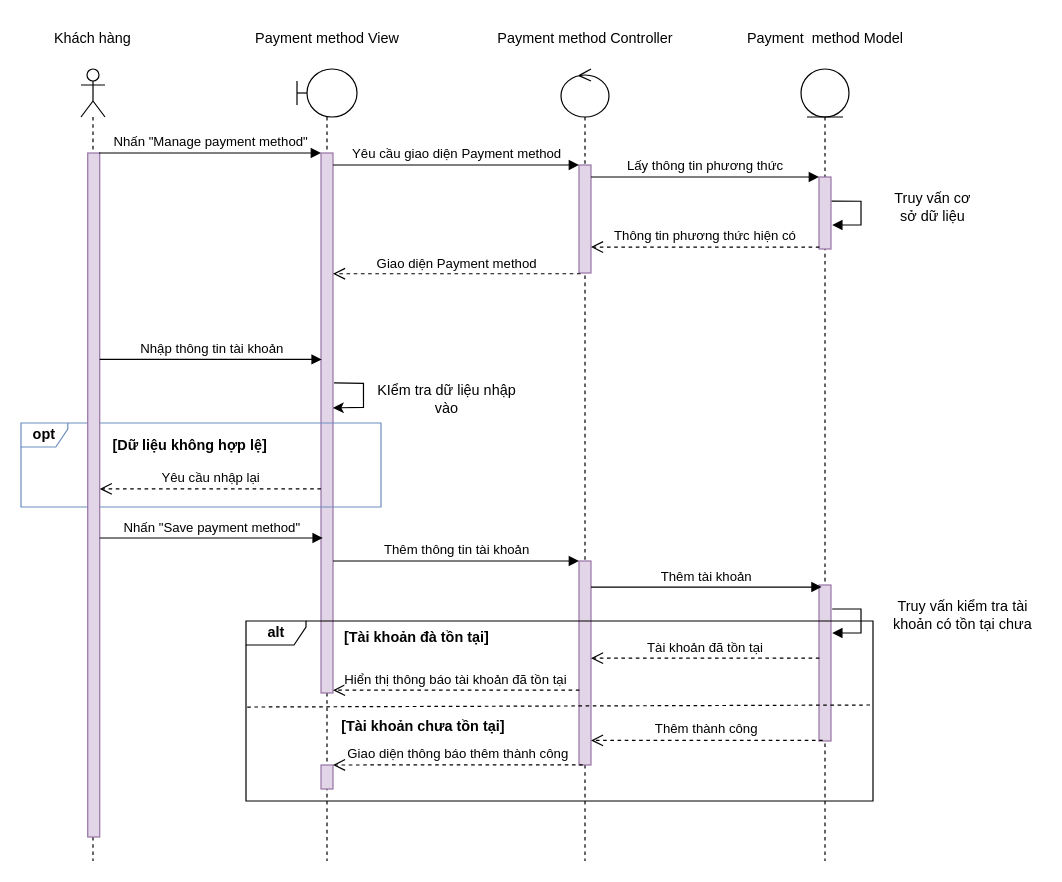
The draw.io diagram Nam3_HK1/CNPM_SoftTech/Sequence Diagrams/Minh Tuấn/SD_QuanLyPhuongThuThanhToan.drawio in EdgarIgnite16/SGU-Course, before the edit. Source tidied: cells renumbered, new cells numbered last; positions are measured from the earlier drawing's top-left corner, leaving out a move shared by most shapes. Both pictures are drawn from the tidied source at 120%, with x=0, y=0 at pixel (20, 20).
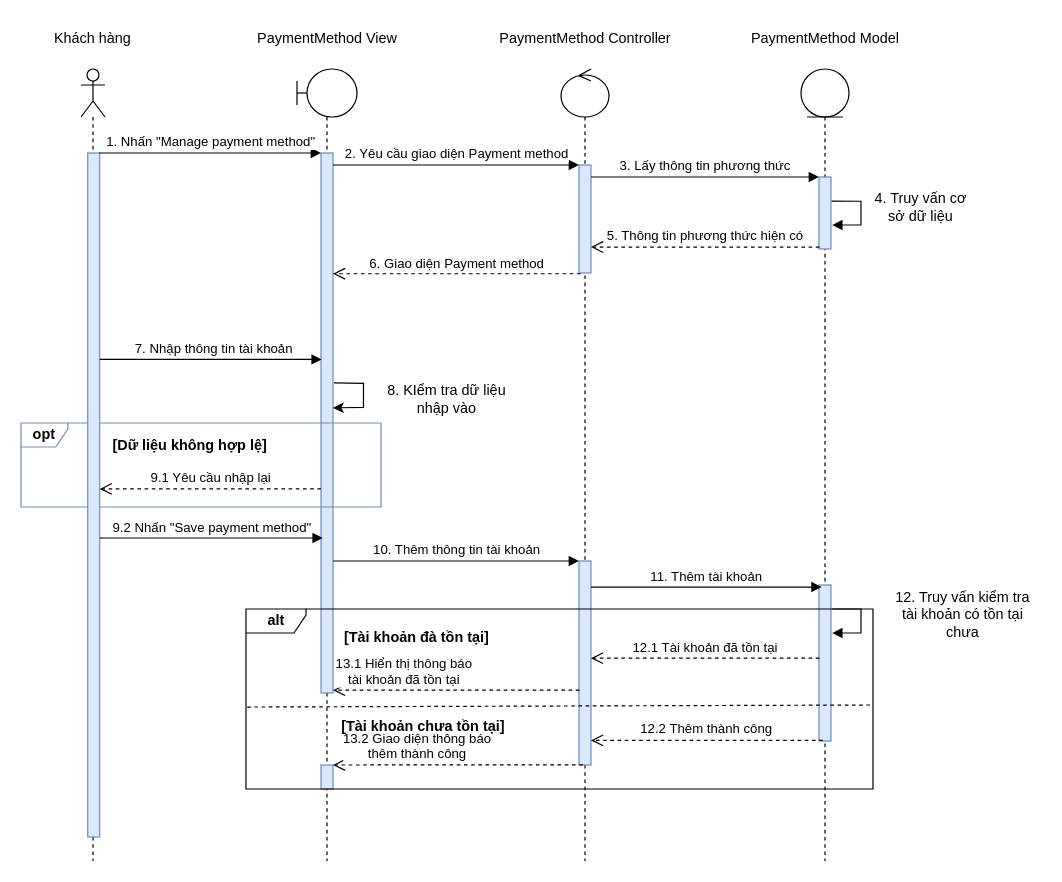
The same page after the edit.

Unchanged cells that the change refers to:
```xml
<mxCell id="2" style="shape=umlLifeline;participant=umlBoundary;perimeter=lifelinePerimeter;whiteSpace=wrap;html=1;verticalAlign=top;spacingTop=36;" parent="1" vertex="1">
  <mxGeometry x="230" y="40" width="50" height="660" as="geometry" />
</mxCell>
<mxCell id="6" style="shape=umlLifeline;participant=umlEntity;perimeter=lifelinePerimeter;whiteSpace=wrap;html=1;verticalAlign=top;spacingTop=36;" parent="1" vertex="1">
  <mxGeometry x="650" y="40" width="40" height="660" as="geometry" />
</mxCell>
<mxCell id="9" style="shape=umlLifeline;participant=umlControl;perimeter=lifelinePerimeter;whiteSpace=wrap;html=1;verticalAlign=top;spacingTop=36;" parent="1" vertex="1">
  <mxGeometry x="450" y="40" width="40" height="660" as="geometry" />
</mxCell>
<mxCell id="12" style="shape=umlLifeline;participant=umlActor;perimeter=lifelinePerimeter;whiteSpace=wrap;html=1;verticalAlign=top;spacingTop=36;strokeColor=default;" parent="1" vertex="1">
  <mxGeometry x="50" y="40" width="20" height="660" as="geometry" />
</mxCell>
```

Diff of the diagram source:
```diff
@@
-    <mxCell id="3" style="html=1;points=[];perimeter=orthogonalPerimeter;fillColor=#e1d5e7;strokeColor=#9673a6;" parent="2" vertex="1">
+    <mxCell id="3" style="html=1;points=[];perimeter=orthogonalPerimeter;fillColor=#dae8fc;strokeColor=#6c8ebf;" parent="2" vertex="1">
       <mxGeometry x="20" y="70" width="10" height="450" as="geometry" />
     </mxCell>
@@
-    <mxCell id="5" style="html=1;points=[];perimeter=orthogonalPerimeter;fillColor=#e1d5e7;strokeColor=#9673a6;" parent="2" vertex="1">
+    <mxCell id="5" style="html=1;points=[];perimeter=orthogonalPerimeter;fillColor=#dae8fc;strokeColor=#6c8ebf;" parent="2" vertex="1">
       <mxGeometry x="20" y="580" width="10" height="20" as="geometry" />
     </mxCell>
@@
-    <mxCell id="7" style="html=1;points=[];perimeter=orthogonalPerimeter;fillColor=#e1d5e7;strokeColor=#9673a6;" parent="6" vertex="1">
+    <mxCell id="7" style="html=1;points=[];perimeter=orthogonalPerimeter;fillColor=#dae8fc;strokeColor=#6c8ebf;" parent="6" vertex="1">
       <mxGeometry x="15" y="90" width="10" height="60" as="geometry" />
     </mxCell>
@@
-    <mxCell id="10" style="html=1;points=[];perimeter=orthogonalPerimeter;fillColor=#e1d5e7;strokeColor=#9673a6;" parent="9" vertex="1">
+    <mxCell id="10" style="html=1;points=[];perimeter=orthogonalPerimeter;fillColor=#dae8fc;strokeColor=#6c8ebf;" parent="9" vertex="1">
       <mxGeometry x="15" y="80" width="10" height="90" as="geometry" />
     </mxCell>
-    <mxCell id="11" style="html=1;points=[];perimeter=orthogonalPerimeter;strokeColor=#9673a6;fillColor=#e1d5e7;" parent="9" vertex="1">
+    <mxCell id="11" style="html=1;points=[];perimeter=orthogonalPerimeter;strokeColor=#6c8ebf;fillColor=#dae8fc;" parent="9" vertex="1">
       <mxGeometry x="15" y="410" width="10" height="170" as="geometry" />
     </mxCell>
@@
-    <mxCell id="13" style="html=1;points=[];perimeter=orthogonalPerimeter;strokeColor=#9673a6;fillColor=#e1d5e7;" parent="12" vertex="1">
+    <mxCell id="13" style="html=1;points=[];perimeter=orthogonalPerimeter;strokeColor=#6c8ebf;fillColor=#dae8fc;" parent="12" vertex="1">
       <mxGeometry x="5.6" y="70" width="10" height="570" as="geometry" />
     </mxCell>
@@
-    <mxCell id="15" value="Payment&amp;nbsp; method Model" style="text;html=1;strokeColor=none;fillColor=none;align=center;verticalAlign=middle;whiteSpace=wrap;rounded=0;" parent="1" vertex="1">
+    <mxCell id="15" value="PaymentMethod Model" style="text;html=1;strokeColor=none;fillColor=none;align=center;verticalAlign=middle;whiteSpace=wrap;rounded=0;" parent="1" vertex="1">
       <mxGeometry x="602.5" width="135" height="30" as="geometry" />
     </mxCell>
-    <mxCell id="16" value="Payment method Controller" style="text;html=1;strokeColor=none;fillColor=none;align=center;verticalAlign=middle;whiteSpace=wrap;rounded=0;" parent="1" vertex="1">
+    <mxCell id="16" value="PaymentMethod Controller" style="text;html=1;strokeColor=none;fillColor=none;align=center;verticalAlign=middle;whiteSpace=wrap;rounded=0;" parent="1" vertex="1">
       <mxGeometry x="392.5" width="155" height="30" as="geometry" />
     </mxCell>
-    <mxCell id="17" value="Payment method View" style="text;html=1;strokeColor=none;fillColor=none;align=center;verticalAlign=middle;whiteSpace=wrap;rounded=0;" parent="1" vertex="1">
+    <mxCell id="17" value="PaymentMethod View" style="text;html=1;strokeColor=none;fillColor=none;align=center;verticalAlign=middle;whiteSpace=wrap;rounded=0;" parent="1" vertex="1">
       <mxGeometry x="187.5" width="135" height="30" as="geometry" />
     </mxCell>
-    <mxCell id="18" value="Nhấn &quot;Manage payment method&quot;" style="html=1;verticalAlign=bottom;endArrow=block;entryX=0;entryY=0;rounded=0;" parent="1" edge="1" target="3">
+    <mxCell id="18" value="1. Nhấn &quot;Manage payment method&quot;" style="html=1;verticalAlign=bottom;endArrow=block;entryX=0;entryY=0;rounded=0;" parent="1" edge="1" target="3">
       <mxGeometry relative="1" as="geometry">
         <mxPoint x="65" y="110" as="sourcePoint" />
       </mxGeometry>
     </mxCell>
-    <mxCell id="19" value="Yêu cầu giao diện Payment method" style="html=1;verticalAlign=bottom;endArrow=block;entryX=0;entryY=0;rounded=0;" parent="1" edge="1" target="10">
+    <mxCell id="19" value="2. Yêu cầu giao diện Payment method" style="html=1;verticalAlign=bottom;endArrow=block;entryX=0;entryY=0;rounded=0;" parent="1" edge="1" target="10">
       <mxGeometry relative="1" as="geometry">
         <mxPoint x="260" y="120" as="sourcePoint" />
       </mxGeometry>
     </mxCell>
-    <mxCell id="20" value="Lấy thông tin phương thức" style="html=1;verticalAlign=bottom;endArrow=block;entryX=0;entryY=0;rounded=0;" parent="1" edge="1" source="10" target="7">
+    <mxCell id="20" value="3. Lấy thông tin phương thức" style="html=1;verticalAlign=bottom;endArrow=block;entryX=0;entryY=0;rounded=0;" parent="1" edge="1" source="10" target="7">
       <mxGeometry relative="1" as="geometry" />
     </mxCell>
-    <mxCell id="21" value="Thông tin phương thức hiện có" style="html=1;verticalAlign=bottom;endArrow=open;dashed=1;endSize=8;exitX=0.034;exitY=0.973;rounded=0;exitDx=0;exitDy=0;exitPerimeter=0;" parent="1" edge="1" source="7" target="10">
+    <mxCell id="21" value="5. Thông tin phương thức hiện có" style="html=1;verticalAlign=bottom;endArrow=open;dashed=1;endSize=8;exitX=0.034;exitY=0.973;rounded=0;exitDx=0;exitDy=0;exitPerimeter=0;" parent="1" edge="1" source="7" target="10">
       <mxGeometry relative="1" as="geometry" />
     </mxCell>
-    <mxCell id="22" value="Truy vấn cơ sở dữ liệu" style="text;html=1;strokeColor=none;fillColor=none;align=center;verticalAlign=middle;whiteSpace=wrap;rounded=0;" parent="1" vertex="1">
-      <mxGeometry x="720" y="140" width="80" height="30" as="geometry" />
+    <mxCell id="22" value="4. Truy vấn cơ sở dữ liệu" style="text;html=1;strokeColor=none;fillColor=none;align=center;verticalAlign=middle;whiteSpace=wrap;rounded=0;" parent="1" vertex="1">
+      <mxGeometry x="710" y="140" width="80" height="30" as="geometry" />
     </mxCell>
-    <mxCell id="23" value="Giao diện Payment method" style="html=1;verticalAlign=bottom;endArrow=open;dashed=1;endSize=8;rounded=0;exitX=0.127;exitY=1.007;exitDx=0;exitDy=0;exitPerimeter=0;" parent="1" edge="1" source="10" target="3">
+    <mxCell id="23" value="6. Giao diện Payment method" style="html=1;verticalAlign=bottom;endArrow=open;dashed=1;endSize=8;rounded=0;exitX=0.127;exitY=1.007;exitDx=0;exitDy=0;exitPerimeter=0;" parent="1" edge="1" source="10" target="3">
       <mxGeometry relative="1" as="geometry" />
     </mxCell>
-    <mxCell id="24" value="Nhập thông tin tài khoản" style="html=1;verticalAlign=bottom;endArrow=block;rounded=0;" parent="1" edge="1" source="13">
+    <mxCell id="24" value="&amp;nbsp;7. Nhập thông tin tài khoản" style="html=1;verticalAlign=bottom;endArrow=block;rounded=0;" parent="1" edge="1" source="13">
       <mxGeometry relative="1" as="geometry">
         <mxPoint x="250.6" y="282" as="targetPoint" />
       </mxGeometry>
     </mxCell>
-    <mxCell id="25" value="Nhấn &quot;Save payment method&quot;" style="html=1;verticalAlign=bottom;endArrow=block;rounded=0;entryX=0.145;entryY=0.713;entryDx=0;entryDy=0;entryPerimeter=0;" parent="1" edge="1" source="13" target="3">
+    <mxCell id="25" value="9.2 Nhấn &quot;Save payment method&quot;" style="html=1;verticalAlign=bottom;endArrow=block;rounded=0;entryX=0.145;entryY=0.713;entryDx=0;entryDy=0;entryPerimeter=0;" parent="1" edge="1" source="13" target="3">
       <mxGeometry relative="1" as="geometry" />
     </mxCell>
@@
-    <mxCell id="27" value="KIểm tra dữ liệu nhập vào" style="text;html=1;strokeColor=none;fillColor=none;align=center;verticalAlign=middle;whiteSpace=wrap;rounded=0;" parent="1" vertex="1">
+    <mxCell id="27" value="8. KIểm tra dữ liệu nhập vào" style="text;html=1;strokeColor=none;fillColor=none;align=center;verticalAlign=middle;whiteSpace=wrap;rounded=0;" parent="1" vertex="1">
       <mxGeometry x="295.4" y="300" width="120" height="30" as="geometry" />
     </mxCell>
-    <mxCell id="28" value="Yêu cầu nhập lại" style="html=1;verticalAlign=bottom;endArrow=open;dashed=1;endSize=8;rounded=0;exitX=0;exitY=0.622;exitDx=0;exitDy=0;exitPerimeter=0;" parent="1" edge="1" source="3" target="13">
+    <mxCell id="28" value="9.1 Yêu cầu nhập lại" style="html=1;verticalAlign=bottom;endArrow=open;dashed=1;endSize=8;rounded=0;exitX=0;exitY=0.622;exitDx=0;exitDy=0;exitPerimeter=0;" parent="1" edge="1" source="3" target="13">
       <mxGeometry relative="1" as="geometry" />
     </mxCell>
@@
-    <mxCell id="30" value="Thêm thông tin tài khoản" style="html=1;verticalAlign=bottom;endArrow=block;rounded=0;" parent="1" edge="1" source="3" target="11">
+    <mxCell id="30" value="10. Thêm thông tin tài khoản" style="html=1;verticalAlign=bottom;endArrow=block;rounded=0;" parent="1" edge="1" source="3" target="11">
       <mxGeometry relative="1" as="geometry" />
     </mxCell>
-    <mxCell id="31" style="html=1;points=[];perimeter=orthogonalPerimeter;fillColor=#e1d5e7;strokeColor=#9673a6;" parent="1" vertex="1">
+    <mxCell id="31" style="html=1;points=[];perimeter=orthogonalPerimeter;fillColor=#dae8fc;strokeColor=#6c8ebf;" parent="1" vertex="1">
       <mxGeometry x="665" y="470" width="10" height="130" as="geometry" />
     </mxCell>
@@
-    <mxCell id="33" value="Truy vấn kiểm tra tài khoản có tồn tại chưa" style="text;html=1;strokeColor=none;fillColor=none;align=center;verticalAlign=middle;whiteSpace=wrap;rounded=0;" parent="1" vertex="1">
+    <mxCell id="33" value="12. Truy vấn kiểm tra tài khoản có tồn tại chưa" style="text;html=1;strokeColor=none;fillColor=none;align=center;verticalAlign=middle;whiteSpace=wrap;rounded=0;" parent="1" vertex="1">
       <mxGeometry x="720" y="480" width="130" height="30" as="geometry" />
     </mxCell>
-    <mxCell id="34" value="Thêm tài khoản" style="html=1;verticalAlign=bottom;endArrow=block;rounded=0;entryX=0.219;entryY=0.013;entryDx=0;entryDy=0;entryPerimeter=0;" parent="1" edge="1" source="11" target="31">
+    <mxCell id="34" value="11. Thêm tài khoản" style="html=1;verticalAlign=bottom;endArrow=block;rounded=0;entryX=0.219;entryY=0.013;entryDx=0;entryDy=0;entryPerimeter=0;" parent="1" edge="1" source="11" target="31">
       <mxGeometry relative="1" as="geometry" />
     </mxCell>
-    <mxCell id="35" value="Tài khoản đã tồn tại" style="html=1;verticalAlign=bottom;endArrow=open;dashed=1;endSize=8;rounded=0;exitX=0.034;exitY=0.469;exitDx=0;exitDy=0;exitPerimeter=0;" parent="1" edge="1" source="31" target="11">
+    <mxCell id="35" value="12.1 Tài khoản đã tồn tại" style="html=1;verticalAlign=bottom;endArrow=open;dashed=1;endSize=8;rounded=0;exitX=0.034;exitY=0.469;exitDx=0;exitDy=0;exitPerimeter=0;" parent="1" edge="1" source="31" target="11">
       <mxGeometry relative="1" as="geometry" />
     </mxCell>
-    <mxCell id="36" value="Thêm thành công" style="html=1;verticalAlign=bottom;endArrow=open;dashed=1;endSize=8;rounded=0;exitX=0.312;exitY=0.996;exitDx=0;exitDy=0;exitPerimeter=0;" parent="1" edge="1" source="31" target="11">
+    <mxCell id="36" value="12.2 Thêm thành công" style="html=1;verticalAlign=bottom;endArrow=open;dashed=1;endSize=8;rounded=0;exitX=0.312;exitY=0.996;exitDx=0;exitDy=0;exitPerimeter=0;" parent="1" edge="1" source="31" target="11">
       <mxGeometry relative="1" as="geometry" />
     </mxCell>
-    <mxCell id="37" value="Hiển thị thông báo tài khoản đã tồn tại" style="html=1;verticalAlign=bottom;endArrow=open;dashed=1;endSize=8;rounded=0;exitX=0.034;exitY=0.633;exitDx=0;exitDy=0;exitPerimeter=0;" parent="1" edge="1" source="11" target="3">
-      <mxGeometry relative="1" as="geometry" />
+    <mxCell id="37" value="13.1 Hiển thị thông báo &lt;br&gt;tài khoản đã tồn tại" style="html=1;verticalAlign=bottom;endArrow=open;dashed=1;endSize=8;rounded=0;exitX=0.034;exitY=0.633;exitDx=0;exitDy=0;exitPerimeter=0;" parent="1" edge="1" source="11" target="3">
+      <mxGeometry x="0.42" relative="1" as="geometry" />
     </mxCell>
-    <mxCell id="38" value="Giao diện thông báo thêm thành công" style="html=1;verticalAlign=bottom;endArrow=open;dashed=1;endSize=8;rounded=0;exitX=0.312;exitY=0.999;exitDx=0;exitDy=0;exitPerimeter=0;" parent="1" edge="1" source="11" target="5">
-      <mxGeometry relative="1" as="geometry" />
+    <mxCell id="38" value="13.2 Giao diện thông báo &lt;br&gt;thêm thành công" style="html=1;verticalAlign=bottom;endArrow=open;dashed=1;endSize=8;rounded=0;exitX=0.312;exitY=0.999;exitDx=0;exitDy=0;exitPerimeter=0;" parent="1" edge="1" source="11" target="5">
+      <mxGeometry x="0.33" relative="1" as="geometry" />
     </mxCell>
@@
     <mxCell id="42" value="&lt;b&gt;alt&lt;/b&gt;" style="shape=umlFrame;whiteSpace=wrap;html=1;width=50;height=20;" parent="1" vertex="1">
-      <mxGeometry x="187.5" y="500" width="522.5" height="150" as="geometry" />
+      <mxGeometry x="187.5" y="490" width="522.5" height="150" as="geometry" />
     </mxCell>
```
